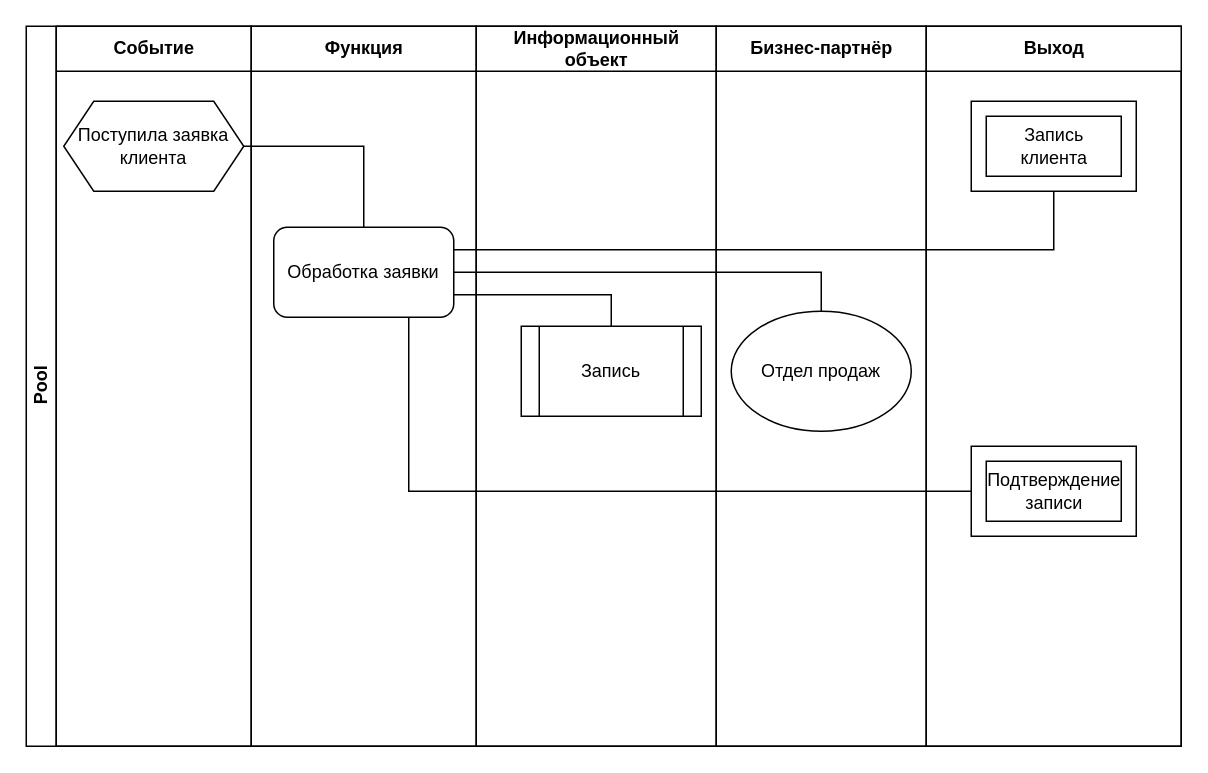
The draw.io diagram pcd.drawio in SneakBug8/BusinessAnalysis, before the edit. Source tidied: cells renumbered, new cells numbered last; positions are measured from the earlier drawing's top-left corner, leaving out a move shared by most shapes. Both pictures are drawn from the tidied source at 150%, with x=0, y=0 at pixel (26, 26).
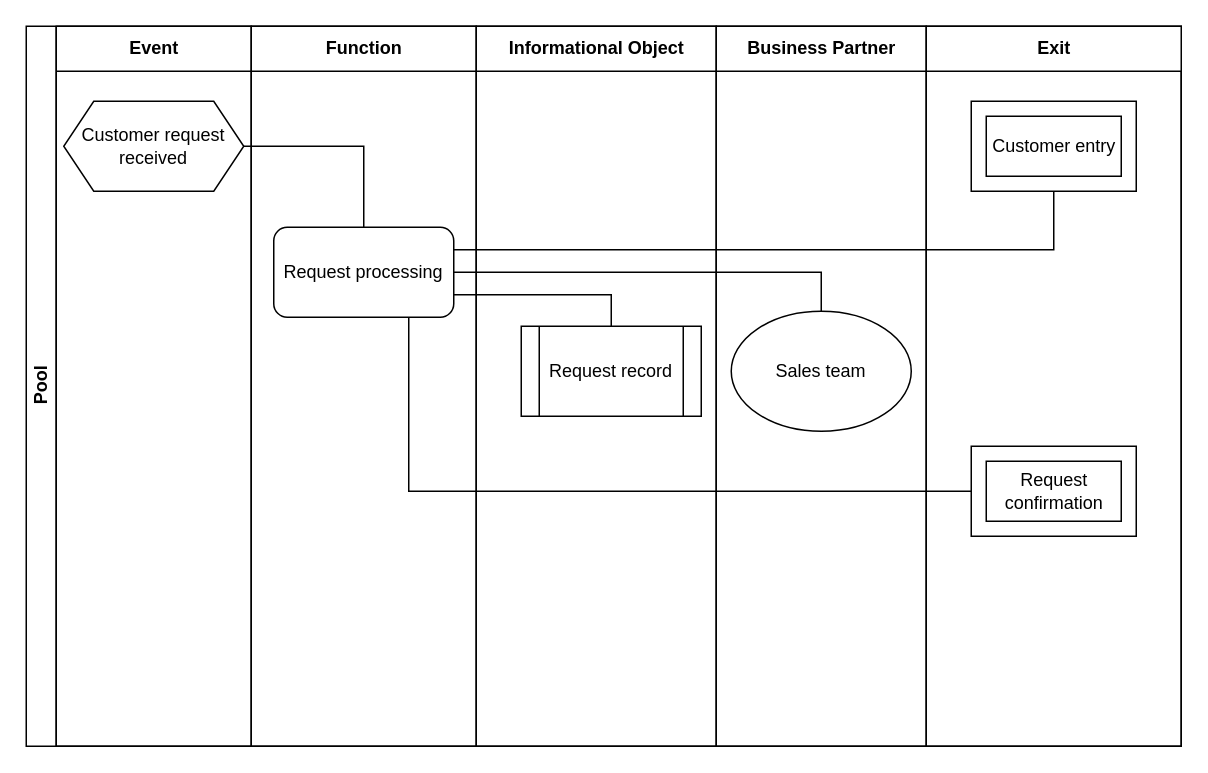
Above is the later version.

The change refers to these unchanged cells:
```xml
<mxCell id="2" value="Pool" style="swimlane;html=1;startSize=20;horizontal=0;" parent="1" vertex="1">
  <mxGeometry width="770" height="480" as="geometry" />
</mxCell>
```

What changed in the source:
```diff
@@
-    <mxCell id="3" value="Событие" style="swimlane;html=1;startSize=30;" parent="2" vertex="1">
+    <mxCell id="3" value="Event" style="swimlane;html=1;startSize=30;" parent="2" vertex="1">
       <mxGeometry x="20" width="130" height="480" as="geometry" />
     </mxCell>
-    <mxCell id="4" value="Поступила заявка клиента" style="shape=hexagon;perimeter=hexagonPerimeter2;whiteSpace=wrap;html=1;fixedSize=1;" parent="3" vertex="1">
+    <mxCell id="4" value="Customer request received" style="shape=hexagon;perimeter=hexagonPerimeter2;whiteSpace=wrap;html=1;fixedSize=1;" parent="3" vertex="1">
       <mxGeometry x="5" y="50" width="120" height="60" as="geometry" />
     </mxCell>
-    <mxCell id="5" value="Функция" style="swimlane;html=1;startSize=30;" parent="2" vertex="1">
+    <mxCell id="5" value="Function" style="swimlane;html=1;startSize=30;" parent="2" vertex="1">
       <mxGeometry x="150" width="150" height="480" as="geometry" />
     </mxCell>
-    <mxCell id="6" value="Обработка заявки" style="rounded=1;whiteSpace=wrap;html=1;" parent="5" vertex="1">
+    <mxCell id="6" value="Request processing" style="rounded=1;whiteSpace=wrap;html=1;" parent="5" vertex="1">
       <mxGeometry x="15" y="134" width="120" height="60" as="geometry" />
     </mxCell>
-    <mxCell id="7" value="Информационный&lt;br&gt;объект" style="swimlane;html=1;startSize=30;" parent="2" vertex="1">
+    <mxCell id="7" value="Informational Object" style="swimlane;html=1;startSize=30;" parent="2" vertex="1">
       <mxGeometry x="300" width="160" height="480" as="geometry" />
     </mxCell>
-    <mxCell id="8" value="Запись" style="shape=process;whiteSpace=wrap;html=1;backgroundOutline=1;fontSize=12;" parent="7" vertex="1">
+    <mxCell id="8" value="Request record" style="shape=process;whiteSpace=wrap;html=1;backgroundOutline=1;fontSize=12;" parent="7" vertex="1">
       <mxGeometry x="30" y="200" width="120" height="60" as="geometry" />
     </mxCell>
-    <mxCell id="9" value="Бизнес-партнёр" style="swimlane;html=1;startSize=30;" parent="2" vertex="1">
+    <mxCell id="9" value="Business Partner" style="swimlane;html=1;startSize=30;" parent="2" vertex="1">
       <mxGeometry x="460" width="140" height="480" as="geometry" />
     </mxCell>
-    <mxCell id="10" value="Отдел продаж" style="ellipse;whiteSpace=wrap;html=1;fontSize=12;" parent="9" vertex="1">
+    <mxCell id="10" value="Sales team" style="ellipse;whiteSpace=wrap;html=1;fontSize=12;" parent="9" vertex="1">
       <mxGeometry x="10" y="190" width="120" height="80" as="geometry" />
     </mxCell>
-    <mxCell id="11" value="Выход" style="swimlane;html=1;startSize=30;" parent="2" vertex="1">
+    <mxCell id="11" value="Exit" style="swimlane;html=1;startSize=30;" parent="2" vertex="1">
       <mxGeometry x="600" width="170" height="480" as="geometry" />
     </mxCell>
@@
-    <mxCell id="13" value="Подтверждение записи" style="text;strokeColor=none;fillColor=none;html=1;fontSize=12;fontStyle=0;verticalAlign=middle;align=center;whiteSpace=wrap;" parent="11" vertex="1">
+    <mxCell id="13" value="Request confirmation" style="text;strokeColor=none;fillColor=none;html=1;fontSize=12;fontStyle=0;verticalAlign=middle;align=center;whiteSpace=wrap;" parent="11" vertex="1">
       <mxGeometry x="42.5" y="290" width="85" height="40" as="geometry" />
     </mxCell>
-    <mxCell id="14" value="Запись клиента" style="text;strokeColor=none;fillColor=none;html=1;fontSize=12;fontStyle=0;verticalAlign=middle;align=center;whiteSpace=wrap;" parent="11" vertex="1">
+    <mxCell id="14" value="Customer entry" style="text;strokeColor=none;fillColor=none;html=1;fontSize=12;fontStyle=0;verticalAlign=middle;align=center;whiteSpace=wrap;" parent="11" vertex="1">
       <mxGeometry x="42.5" y="60" width="85" height="40" as="geometry" />
     </mxCell>
```
